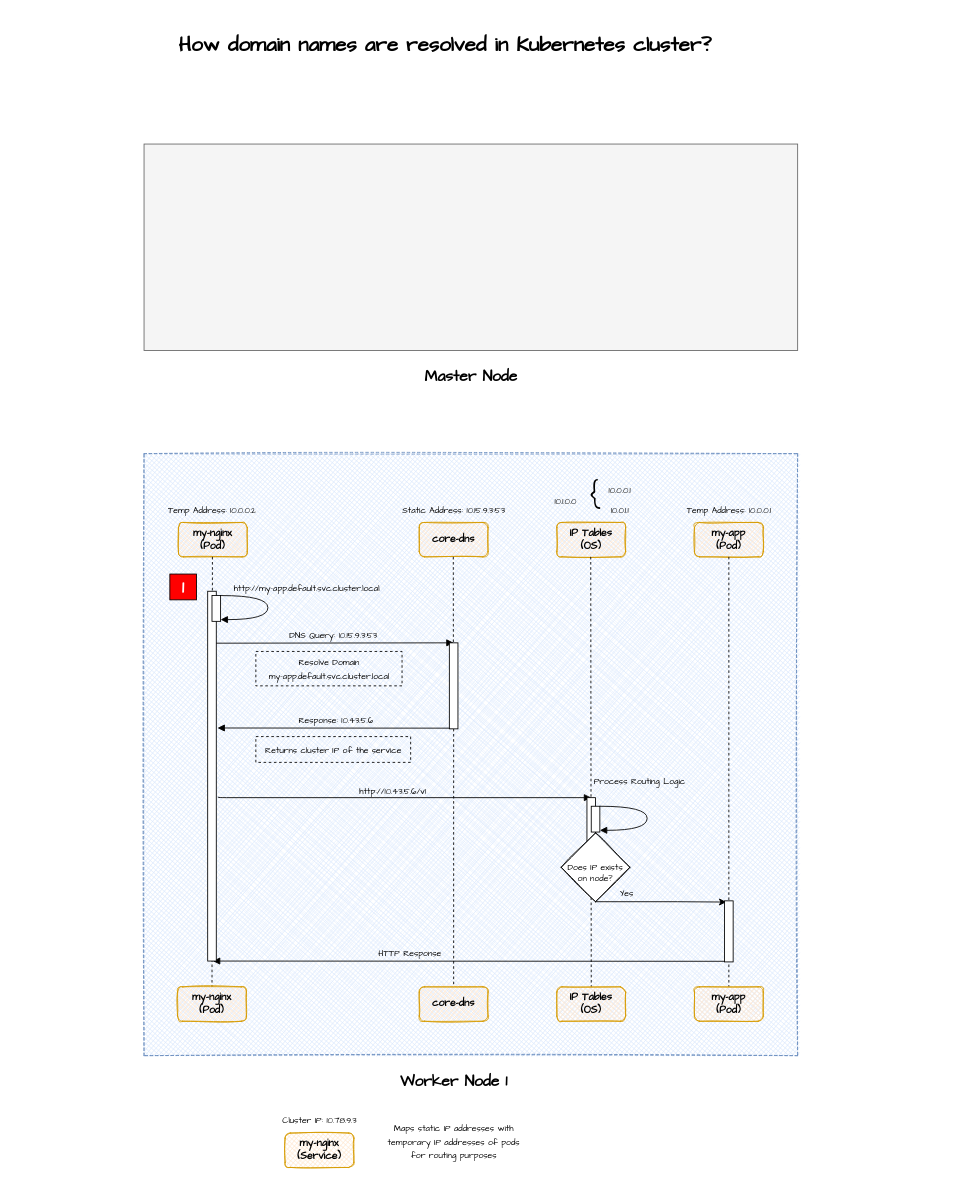
The draw.io diagram page "How K8s Resolves Ips" (4 of 4) of 01-kubernetes-the-hard-way/kubernetes-the-hard-way.drawio.drawio in sharadregoti/try-out, before the edit. Source tidied: cells renumbered, new cells numbered last; positions are measured from the earlier drawing's top-left corner, leaving out a move shared by most shapes. Both pictures are drawn from the tidied source at 86%, with x=0, y=0 at pixel (144, 15).
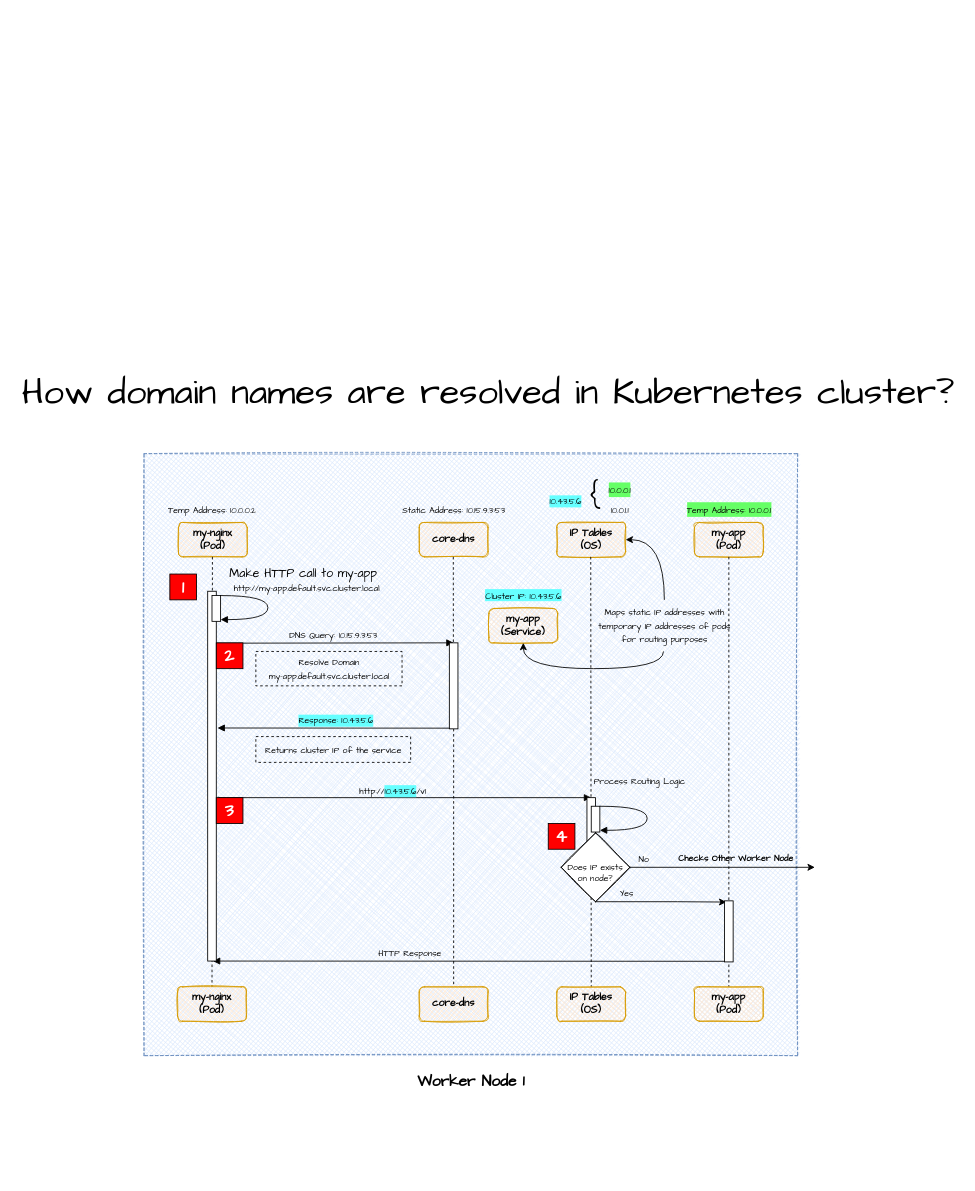
The same page after the edit.

Unchanged cells that the change refers to:
```xml
<mxCell id="5" value="&lt;h4&gt;IP Tables&lt;br&gt;(OS)&lt;/h4&gt;" style="rounded=1;whiteSpace=wrap;html=1;shadow=0;glass=0;sketch=1;fontFamily=Comic Sans MS;strokeColor=#d79b00;fillColor=#ffe6cc;fillStyle=cross-hatch;" parent="1" vertex="1">
  <mxGeometry x="480" y="590" width="80" height="40" as="geometry" />
</mxCell>
<mxCell id="20" style="group;" parent="1" vertex="1">
  <mxGeometry x="460" y="536" width="148" height="54" as="geometry" />
</mxCell>
<mxCell id="32" style="group;rotation=90;" parent="1" vertex="1">
  <mxGeometry x="520" y="920" width="65" height="30" as="geometry" />
</mxCell>
<mxCell id="38" value="&lt;font face=&quot;Comic Sans MS&quot;&gt;&lt;br&gt;Does IP exists&lt;br&gt;on node?&lt;/font&gt;" style="rhombus;whiteSpace=wrap;html=1;fontSize=10;strokeColor=default;sketch=1;" parent="1" vertex="1">
  <mxGeometry x="485" y="951" width="80" height="80" as="geometry" />
</mxCell>
```

Diff of the diagram source:
```diff
@@
-    <mxCell id="7" value="&lt;h4&gt;my-nginx&lt;br&gt;(Service)&lt;/h4&gt;" style="rounded=1;whiteSpace=wrap;html=1;shadow=0;glass=0;sketch=1;fontFamily=Comic Sans MS;strokeColor=#d79b00;fillColor=#ffe6cc;fillStyle=cross-hatch;" parent="1" vertex="1">
-      <mxGeometry x="164" y="1300" width="80" height="40" as="geometry" />
-    </mxCell>
-    <mxCell id="8" value="&lt;span style=&quot;font-family: &amp;quot;Comic Sans MS&amp;quot;; text-align: left;&quot;&gt;&lt;font style=&quot;font-size: 10px;&quot;&gt;Cluster IP: 10.78.9.3&lt;/font&gt;&lt;/span&gt;" style="text;html=1;align=center;verticalAlign=middle;strokeColor=none;fillColor=none;" parent="1" vertex="1">
-      <mxGeometry x="144" y="1270" width="120" height="30" as="geometry" />
-    </mxCell>
@@
-    <mxCell id="11" value="&lt;font style=&quot;font-size: 10px;&quot; face=&quot;Comic Sans MS&quot;&gt;Response: 10.43.5.6&lt;/font&gt;" style="html=1;verticalAlign=bottom;endArrow=block;labelBackgroundColor=none;fontFamily=Verdana;fontSize=12;edgeStyle=elbowEdgeStyle;elbow=vertical;entryX=1.138;entryY=0.395;entryDx=0;entryDy=0;entryPerimeter=0;" parent="1" edge="1">
+    <mxCell id="11" value="&lt;font style=&quot;font-size: 10px; background-color: rgb(102, 255, 255);&quot; face=&quot;Comic Sans MS&quot;&gt;Response: 10.43.5.6&lt;/font&gt;" style="html=1;verticalAlign=bottom;endArrow=block;labelBackgroundColor=none;fontFamily=Verdana;fontSize=12;edgeStyle=elbowEdgeStyle;elbow=vertical;entryX=1.138;entryY=0.395;entryDx=0;entryDy=0;entryPerimeter=0;" parent="1" edge="1">
       <mxGeometry relative="1" as="geometry">
         <mxPoint x="359.5" y="829.2" as="sourcePoint" />
         <mxPoint x="85.4" y="828.7" as="targetPoint" />
       </mxGeometry>
     </mxCell>
-    <mxCell id="12" value="&lt;font style=&quot;font-size: 10px;&quot; face=&quot;Comic Sans MS&quot;&gt;http://10.43.5.6/v1&lt;/font&gt;" style="html=1;verticalAlign=bottom;endArrow=block;labelBackgroundColor=none;fontFamily=Verdana;fontSize=12;edgeStyle=elbowEdgeStyle;elbow=vertical;" parent="1" edge="1">
+    <mxCell id="12" value="&lt;font style=&quot;font-size: 10px;&quot; face=&quot;Comic Sans MS&quot;&gt;http://&lt;span style=&quot;background-color: rgb(102, 255, 255);&quot;&gt;10.43.5.6&lt;/span&gt;/v1&lt;/font&gt;" style="html=1;verticalAlign=bottom;endArrow=block;labelBackgroundColor=none;fontFamily=Verdana;fontSize=12;edgeStyle=elbowEdgeStyle;elbow=vertical;" parent="1" edge="1">
       <mxGeometry x="-0.06" y="-1" relative="1" as="geometry">
         <mxPoint x="86" y="909" as="sourcePoint" />
         <mxPoint x="520" y="910" as="targetPoint" />
       </mxGeometry>
     </mxCell>
@@
-    <mxCell id="18" value="&lt;span style=&quot;font-family: &amp;quot;Comic Sans MS&amp;quot;; text-align: left;&quot;&gt;&lt;font style=&quot;font-size: 10px;&quot;&gt;Temp Address: 10.0.0.1&lt;/font&gt;&lt;/span&gt;" style="text;html=1;align=center;verticalAlign=middle;strokeColor=none;fillColor=none;" parent="1" vertex="1">
+    <mxCell id="18" value="&lt;span style=&quot;font-family: &amp;quot;Comic Sans MS&amp;quot;; text-align: left; background-color: rgb(102, 255, 102);&quot;&gt;&lt;font style=&quot;font-size: 10px;&quot;&gt;Temp Address: 10.0.0.1&lt;/font&gt;&lt;/span&gt;" style="text;html=1;align=center;verticalAlign=middle;strokeColor=none;fillColor=none;" parent="1" vertex="1">
       <mxGeometry x="615" y="560" width="130" height="30" as="geometry" />
     </mxCell>
     <mxCell id="19" value="&lt;h2&gt;Worker Node 1&lt;/h2&gt;" style="text;html=1;align=center;verticalAlign=middle;strokeColor=none;fillColor=none;fontFamily=Comic Sans MS;" parent="1" vertex="1">
-      <mxGeometry x="280" y="1210" width="160" height="60" as="geometry" />
+      <mxGeometry x="300" y="1210" width="160" height="60" as="geometry" />
     </mxCell>
@@
-    <mxCell id="21" value="&lt;span style=&quot;font-family: &amp;quot;Comic Sans MS&amp;quot;; text-align: left;&quot;&gt;&lt;font style=&quot;font-size: 10px;&quot;&gt;10.1.0.0&lt;/font&gt;&lt;/span&gt;" style="text;html=1;align=center;verticalAlign=middle;strokeColor=none;fillColor=none;" parent="20" vertex="1">
-      <mxGeometry y="14" width="60" height="30" as="geometry" />
+    <mxCell id="21" value="&lt;span style=&quot;font-family: &amp;quot;Comic Sans MS&amp;quot;; font-size: 10px; background-color: rgb(102, 255, 255);&quot;&gt;10.43.5.6&lt;/span&gt;" style="text;html=1;align=center;verticalAlign=middle;strokeColor=none;fillColor=none;" parent="20" vertex="1">
+      <mxGeometry x="-5" y="14" width="70" height="30" as="geometry" />
     </mxCell>
@@
-    <mxCell id="23" value="&lt;span style=&quot;font-family: &amp;quot;Comic Sans MS&amp;quot;; text-align: left;&quot;&gt;&lt;font style=&quot;font-size: 10px;&quot;&gt;10.0.0.1&lt;/font&gt;&lt;/span&gt;" style="text;html=1;align=center;verticalAlign=middle;strokeColor=none;fillColor=none;" parent="20" vertex="1">
+    <mxCell id="23" value="&lt;span style=&quot;font-family: &amp;quot;Comic Sans MS&amp;quot;; text-align: left; background-color: rgb(102, 255, 102);&quot;&gt;&lt;font style=&quot;font-size: 10px;&quot;&gt;10.0.0.1&lt;/font&gt;&lt;/span&gt;" style="text;html=1;align=center;verticalAlign=middle;strokeColor=none;fillColor=none;" parent="20" vertex="1">
       <mxGeometry x="63" y="1" width="60" height="30" as="geometry" />
     </mxCell>
@@
-    <mxCell id="26" value="&lt;span style=&quot;font-family: &amp;quot;Comic Sans MS&amp;quot;; text-align: left;&quot;&gt;&lt;font style=&quot;font-size: 10px;&quot;&gt;Maps static IP addresses with &lt;br&gt;temporary IP addresses of pods&lt;br&gt;for routing purposes&lt;br&gt;&lt;/font&gt;&lt;/span&gt;" style="text;html=1;align=center;verticalAlign=middle;points=[];strokeColor=none;fillColor=none;" parent="1" vertex="1">
-      <mxGeometry x="275" y="1280" width="170" height="60" as="geometry" />
-    </mxCell>
@@
-    <mxCell id="34" value="&lt;font style=&quot;font-size: 10px;&quot; face=&quot;Comic Sans MS&quot;&gt;Process Routing Logic&lt;/font&gt;" style="html=1;verticalAlign=bottom;endArrow=block;labelBackgroundColor=none;fontFamily=Verdana;fontSize=12;elbow=vertical;edgeStyle=orthogonalEdgeStyle;curved=1;entryX=1;entryY=0.933;entryPerimeter=0;exitX=1.038;exitY=0.345;exitPerimeter=0;entryDx=0;entryDy=0;" parent="32" edge="1">
+    <mxCell id="34" value="&lt;span style=&quot;font-family: &amp;quot;Comic Sans MS&amp;quot;; font-size: 10px;&quot;&gt;Process Routing Logic&lt;/span&gt;" style="html=1;verticalAlign=bottom;endArrow=block;labelBackgroundColor=none;fontFamily=Verdana;fontSize=12;elbow=vertical;edgeStyle=orthogonalEdgeStyle;curved=1;entryX=1;entryY=0.933;entryPerimeter=0;exitX=1.038;exitY=0.345;exitPerimeter=0;entryDx=0;entryDy=0;" parent="32" edge="1">
       <mxGeometry x="-0.2" y="-10" relative="1" as="geometry">
         <mxPoint x="10" as="sourcePoint" />
         <mxPoint x="10" y="28" as="targetPoint" />
         <Array as="points">
           <mxPoint x="65" />
           <mxPoint x="65" y="28" />
         </Array>
         <mxPoint x="1" y="-20" as="offset" />
       </mxGeometry>
     </mxCell>
@@
+    <mxCell id="52" style="edgeStyle=orthogonalEdgeStyle;rounded=0;jettySize=auto;html=1;" parent="1" edge="1" source="38">
+      <mxGeometry relative="1" as="geometry">
+        <mxPoint x="780" y="991" as="targetPoint" />
+      </mxGeometry>
+    </mxCell>
@@
-    <mxCell id="45" value="&lt;h1&gt;How domain names are resolved in Kubernetes cluster?&lt;/h1&gt;" style="text;html=1;align=center;verticalAlign=middle;strokeColor=none;fillColor=none;fontFamily=Comic Sans MS;" parent="1" vertex="1">
-      <mxGeometry x="15" width="670" height="70" as="geometry" />
+    <mxCell id="45" value="&lt;h1&gt;&lt;span style=&quot;font-weight: normal;&quot;&gt;&lt;font style=&quot;font-size: 42px;&quot;&gt;How domain names are resolved in Kubernetes cluster?&lt;/font&gt;&lt;/span&gt;&lt;/h1&gt;" style="text;html=1;align=center;verticalAlign=middle;strokeColor=none;fillColor=none;fontFamily=Comic Sans MS;" parent="1" vertex="1">
+      <mxGeometry x="-150" y="390" width="1100" height="100" as="geometry" />
     </mxCell>
@@
-    <mxCell id="50" style="rounded=0;whiteSpace=wrap;html=1;labelBackgroundColor=none;sketch=0;fillStyle=auto;fontFamily=Comic Sans MS;fontSize=10;fontColor=#333333;strokeColor=#666666;fillColor=#f5f5f5;" parent="1" vertex="1">
-      <mxGeometry y="150" width="760" height="240" as="geometry" />
-    </mxCell>
-    <mxCell id="51" value="&lt;h2&gt;Master Node&lt;/h2&gt;" style="text;html=1;align=center;verticalAlign=middle;strokeColor=none;fillColor=none;fontFamily=Comic Sans MS;" parent="1" vertex="1">
-      <mxGeometry x="310" y="390" width="140" height="60" as="geometry" />
-    </mxCell>
+    <mxCell id="53" value="&lt;font color=&quot;#000000&quot;&gt;No&lt;/font&gt;" style="edgeLabel;html=1;align=center;verticalAlign=middle;fontSize=10;fontFamily=Comic Sans MS;fontColor=#FFFFFF;labelBackgroundColor=none;" parent="1" vertex="1">
+      <mxGeometry x="580" y="980" as="geometry" />
+    </mxCell>
+    <mxCell id="54" value="&lt;span style=&quot;font-family: &amp;quot;Comic Sans MS&amp;quot;; text-align: left;&quot;&gt;&lt;font style=&quot;font-size: 10px;&quot;&gt;&lt;b&gt;Checks Other Worker Node&lt;/b&gt;&lt;br&gt;&lt;/font&gt;&lt;/span&gt;" style="text;html=1;align=center;verticalAlign=middle;strokeColor=none;fillColor=none;" parent="1" vertex="1">
+      <mxGeometry x="608" y="965" width="160" height="30" as="geometry" />
+    </mxCell>
+    <mxCell id="55" value="&lt;h1&gt;2&lt;/h1&gt;" style="whiteSpace=wrap;html=1;fontFamily=Comic Sans MS;fontSize=10;strokeColor=default;fillColor=#FF0000;fontColor=#FFFFFF;" parent="1" vertex="1">
+      <mxGeometry x="84" y="730" width="31" height="30" as="geometry" />
+    </mxCell>
+    <mxCell id="56" value="&lt;h1&gt;3&lt;/h1&gt;" style="whiteSpace=wrap;html=1;fontFamily=Comic Sans MS;fontSize=10;strokeColor=default;fillColor=#FF0000;fontColor=#FFFFFF;" parent="1" vertex="1">
+      <mxGeometry x="84" y="910" width="31" height="30" as="geometry" />
+    </mxCell>
+    <mxCell id="57" value="&lt;h1&gt;4&lt;/h1&gt;" style="whiteSpace=wrap;html=1;fontFamily=Comic Sans MS;fontSize=10;strokeColor=default;fillColor=#FF0000;fontColor=#FFFFFF;" parent="1" vertex="1">
+      <mxGeometry x="470" y="940" width="31" height="30" as="geometry" />
+    </mxCell>
+    <mxCell id="7" value="&lt;h4&gt;my-app&lt;br&gt;(Service)&lt;/h4&gt;" style="rounded=1;whiteSpace=wrap;html=1;shadow=0;glass=0;sketch=1;fontFamily=Comic Sans MS;strokeColor=#d79b00;fillColor=#ffe6cc;fillStyle=cross-hatch;" parent="1" vertex="1">
+      <mxGeometry x="401" y="690" width="80" height="40" as="geometry" />
+    </mxCell>
+    <mxCell id="8" value="&lt;span style=&quot;background-color: rgb(102, 255, 255);&quot;&gt;&lt;span style=&quot;font-family: &amp;quot;Comic Sans MS&amp;quot;; text-align: left;&quot;&gt;&lt;font style=&quot;font-size: 10px;&quot;&gt;Cluster IP:&amp;nbsp;&lt;/font&gt;&lt;/span&gt;&lt;span style=&quot;font-family: &amp;quot;Comic Sans MS&amp;quot;; font-size: 10px;&quot;&gt;10.43.5.6&lt;/span&gt;&lt;/span&gt;" style="text;html=1;align=center;verticalAlign=middle;strokeColor=none;fillColor=none;" parent="1" vertex="1">
+      <mxGeometry x="381" y="660" width="120" height="30" as="geometry" />
+    </mxCell>
+    <mxCell id="58" style="edgeStyle=orthogonalEdgeStyle;rounded=0;jettySize=auto;html=1;entryX=0.5;entryY=1;entryDx=0;entryDy=0;labelBackgroundColor=#66FFFF;fontSize=42;curved=1;exitX=0.494;exitY=1;exitDx=0;exitDy=0;exitPerimeter=0;" parent="1" edge="1" source="26" target="7">
+      <mxGeometry relative="1" as="geometry" />
+    </mxCell>
+    <mxCell id="59" style="edgeStyle=orthogonalEdgeStyle;curved=1;rounded=0;jettySize=auto;html=1;entryX=1;entryY=0.5;entryDx=0;entryDy=0;labelBackgroundColor=#66FFFF;fontSize=42;" parent="1" edge="1" source="26" target="5">
+      <mxGeometry relative="1" as="geometry" />
+    </mxCell>
+    <mxCell id="26" value="&lt;span style=&quot;font-family: &amp;quot;Comic Sans MS&amp;quot;; text-align: left;&quot;&gt;&lt;font style=&quot;font-size: 10px;&quot;&gt;Maps static IP addresses with &lt;br&gt;temporary IP addresses of pods&lt;br&gt;for routing purposes&lt;br&gt;&lt;/font&gt;&lt;/span&gt;" style="text;html=1;align=center;verticalAlign=middle;points=[];strokeColor=none;fillColor=none;" parent="1" vertex="1">
+      <mxGeometry x="520" y="680" width="170" height="60" as="geometry" />
+    </mxCell>
+    <mxCell id="60" value="&lt;font face=&quot;Comic Sans MS&quot; style=&quot;font-size: 14px;&quot;&gt;Make HTTP call to my-app&lt;/font&gt;" style="text;html=1;align=center;verticalAlign=middle;strokeColor=none;fillColor=none;fontSize=42;" parent="1" vertex="1">
+      <mxGeometry x="90" y="610" width="190" height="60" as="geometry" />
+    </mxCell>
```
